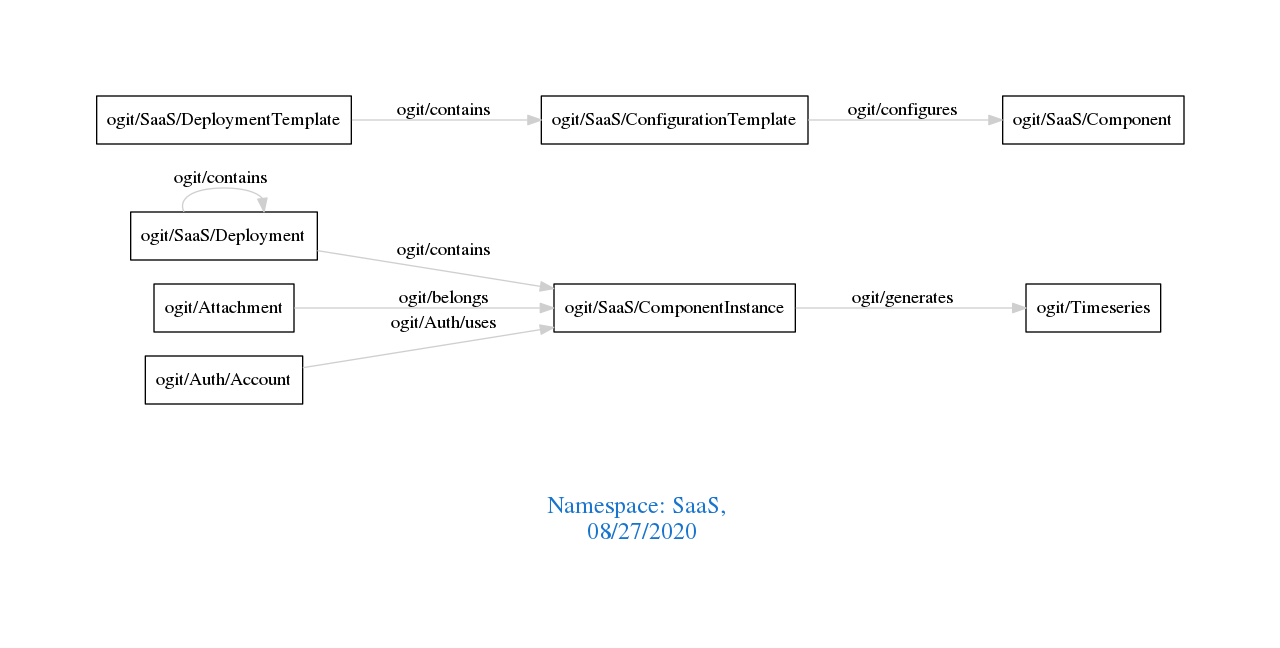
Before: downloads/SaaS.png, a diagram exported from Graphviz (arago/OGIT). Its source is kept beside it as downloads/SaaS.dot.
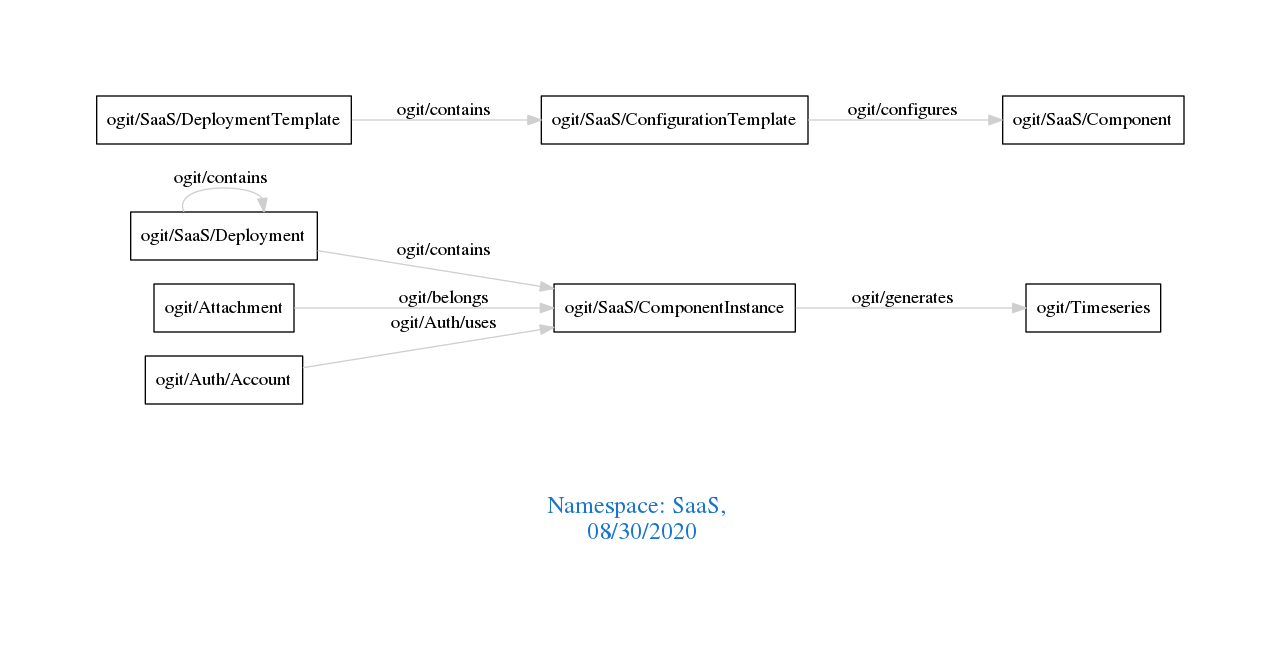
After the change.

Change to the diagram source:
```diff
@@ -1,7 +1,7 @@
 digraph OGIT_ontology {
  graph [ rankdir= LR,pad=1
 fontsize = 18,
-fontcolor= dodgerblue3,label = "\n\n\nNamespace: SaaS, \n 08/27/2020"];
+fontcolor= dodgerblue3,label = "\n\n\nNamespace: SaaS, \n 08/30/2020"];
 node[shape=polygon];
 edge [  color="gray81"];
 
```
